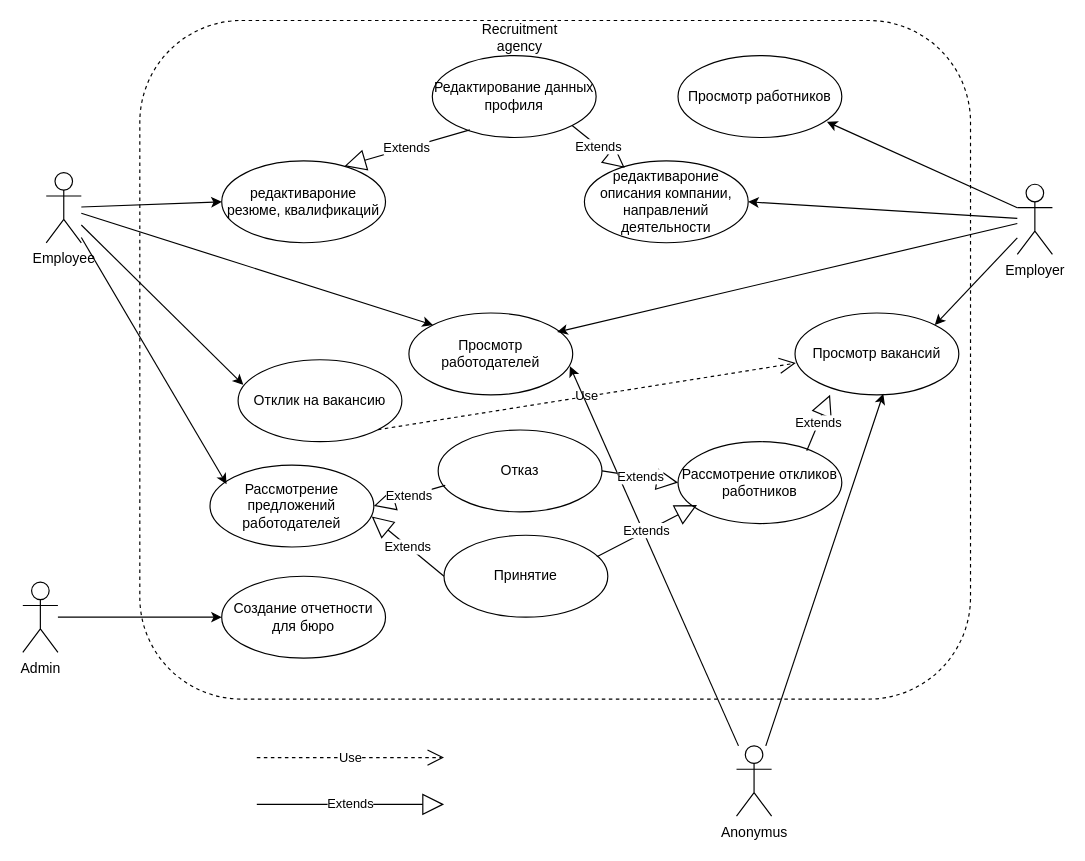
magarich228/RecruitmentAgency keeps this draw.io diagram as docs/UseCases.drawio. Above is the earlier version. Source tidied: cells renumbered, new cells numbered last; positions are measured from the earlier drawing's top-left corner, leaving out a move shared by most shapes. Both pictures are drawn from the tidied source at 117%, with x=0, y=0 at pixel (22, 20).
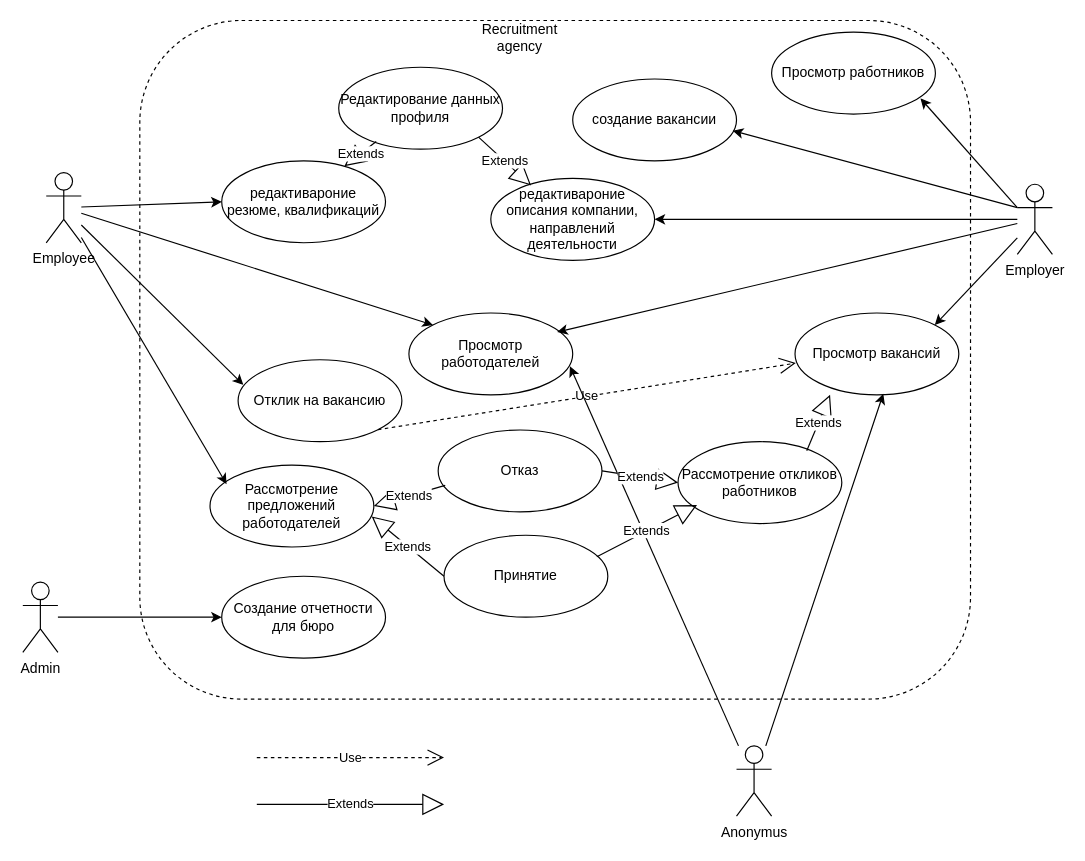
The same diagram, later.

Commit message (it also covers changes not shown here):
use cases fix.

Unchanged cells that the change refers to:
```xml
<mxCell id="6" value="Employer" style="shape=umlActor;verticalLabelPosition=bottom;verticalAlign=top;html=1;outlineConnect=0;" parent="1" vertex="1">
  <mxGeometry x="850" y="140" width="30" height="60" as="geometry" />
</mxCell>
```

The edit, as a diff of the source:
```diff
@@
     <mxCell id="8" value="редактивароние описания компании, направлений деятельности" style="ellipse;whiteSpace=wrap;html=1;" parent="1" vertex="1">
-      <mxGeometry x="480" y="120" width="140" height="70" as="geometry" />
+      <mxGeometry x="400" y="135" width="140" height="70" as="geometry" />
     </mxCell>
     <mxCell id="9" value="Редактирование данных профиля" style="ellipse;whiteSpace=wrap;html=1;" parent="1" vertex="1">
-      <mxGeometry x="350" y="30" width="140" height="70" as="geometry" />
+      <mxGeometry x="270" y="40" width="140" height="70" as="geometry" />
     </mxCell>
@@
     <mxCell id="35" value="Просмотр работников" style="ellipse;whiteSpace=wrap;html=1;" parent="1" vertex="1">
-      <mxGeometry x="560" y="30" width="140" height="70" as="geometry" />
+      <mxGeometry x="640" y="10" width="140" height="70" as="geometry" />
     </mxCell>
@@
+    <mxCell id="41" value="создание вакансии" style="ellipse;whiteSpace=wrap;html=1;" parent="1" vertex="1">
+      <mxGeometry x="470" y="50" width="140" height="70" as="geometry" />
+    </mxCell>
+    <mxCell id="42" style="endArrow=classic;html=1;rounded=0;entryX=0.977;entryY=0.631;entryDx=0;entryDy=0;entryPerimeter=0;exitX=0;exitY=0.3333333333333333;exitDx=0;exitDy=0;exitPerimeter=0;" parent="1" edge="1" source="6" target="41">
+      <mxGeometry relative="1" as="geometry" />
+    </mxCell>
```
